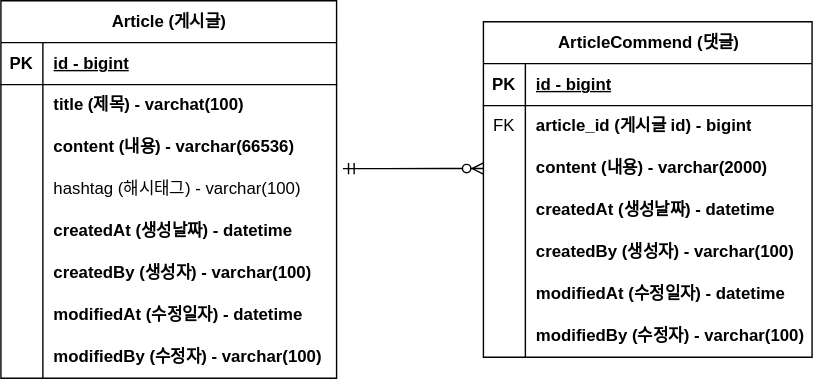
Earlier version of the draw.io export document/board-erd.svg (p-yo00/fc-spring2-board). Source tidied: cells renumbered, new cells last; positions are measured from the earlier drawing's top-left corner, leaving out a move shared by most shapes.
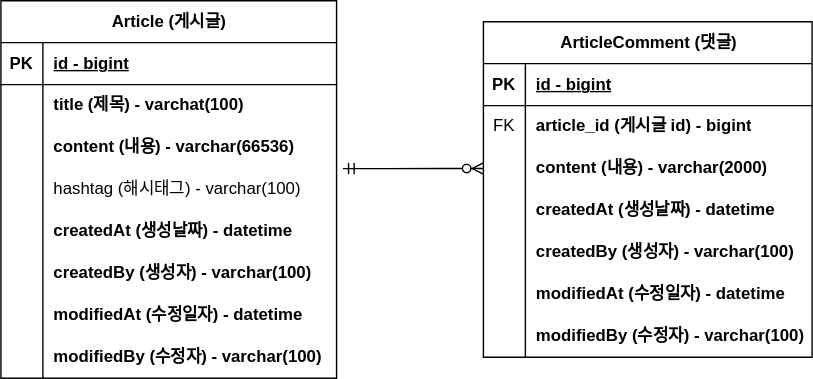
The same diagram one commit later.

Commit message:
#8 - 테이블명 변경 (Commend -> Comment)

What changed in the source:
```diff
@@ -77,7 +77,7 @@
     <mxCell id="26" value="modifiedBy (수정자) - varchar(100)" style="shape=partialRectangle;fillColor=none;top=0;left=0;bottom=0;right=0;align=left;spacingLeft=6;overflow=hidden;whiteSpace=wrap;html=1;fontStyle=1;" parent="24" vertex="1">
       <mxGeometry x="30" width="210" height="30" as="geometry" />
     </mxCell>
-    <mxCell id="27" value="ArticleCommend (댓글)" style="shape=table;startSize=30;rowLines=0;fontStyle=1;align=center;html=1;" parent="1" vertex="1">
+    <mxCell id="27" value="ArticleComment (댓글)" style="shape=table;startSize=30;rowLines=0;fontStyle=1;align=center;html=1;" parent="1" vertex="1">
       <mxGeometry x="345" y="15" width="235" height="240" as="geometry" />
     </mxCell>
     <mxCell id="28" style="shape=tableRow;horizontal=0;startSize=0;swimlaneHead=0;swimlaneBody=0;fillColor=none;top=0;left=0;right=0;bottom=1;" parent="27" vertex="1">
```
